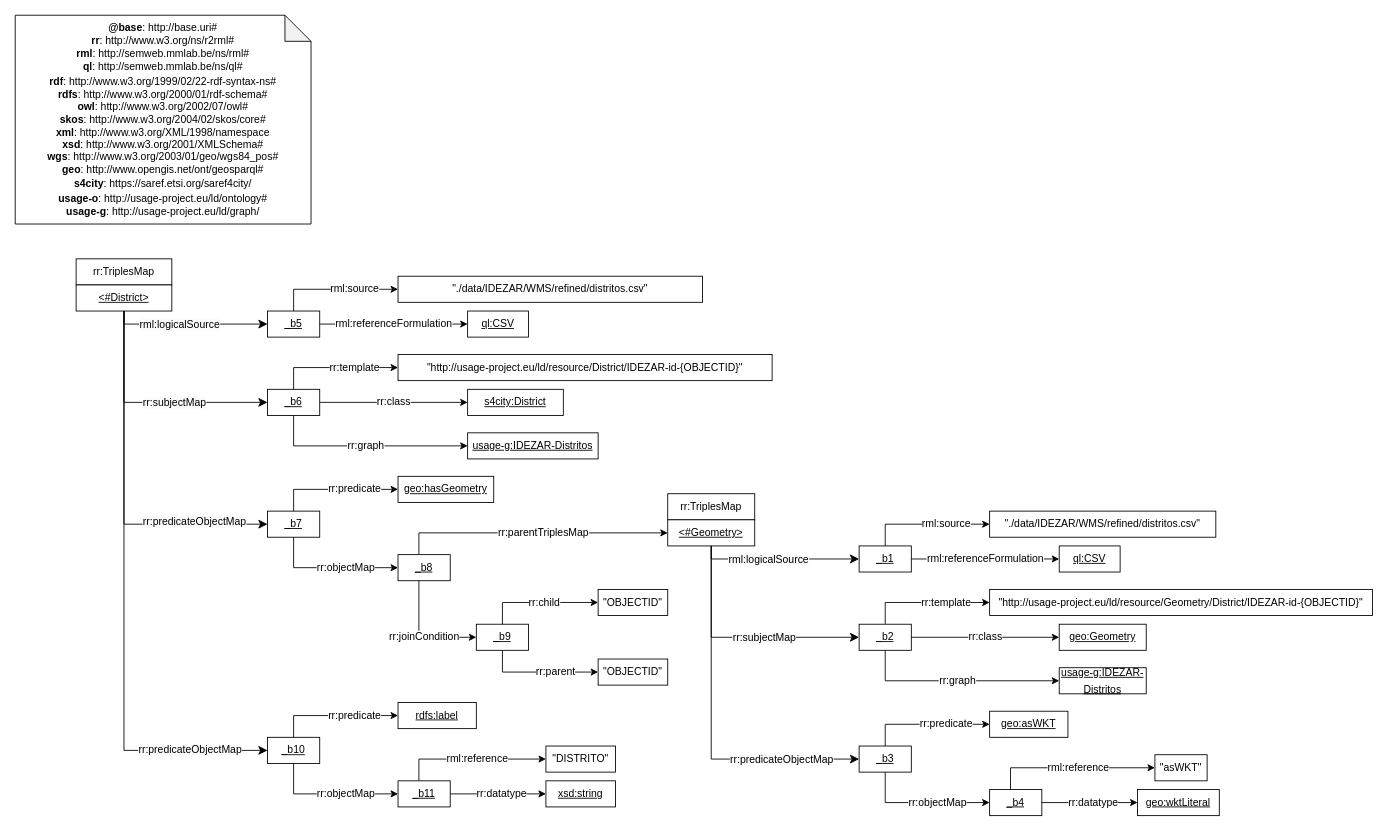
Earlier version of the draw.io diagram mapping/IDEZAR/Distritos/mapping.drawio (OnToologyUser/ZGZ_ghg_emissions_knowledge_graph). Source tidied: cells renumbered, new cells numbered last; positions are measured from the earlier drawing's top-left corner, leaving out a move shared by most shapes. Both pictures are drawn from the tidied source at 87%, with x=0, y=0 at pixel (15, 15).
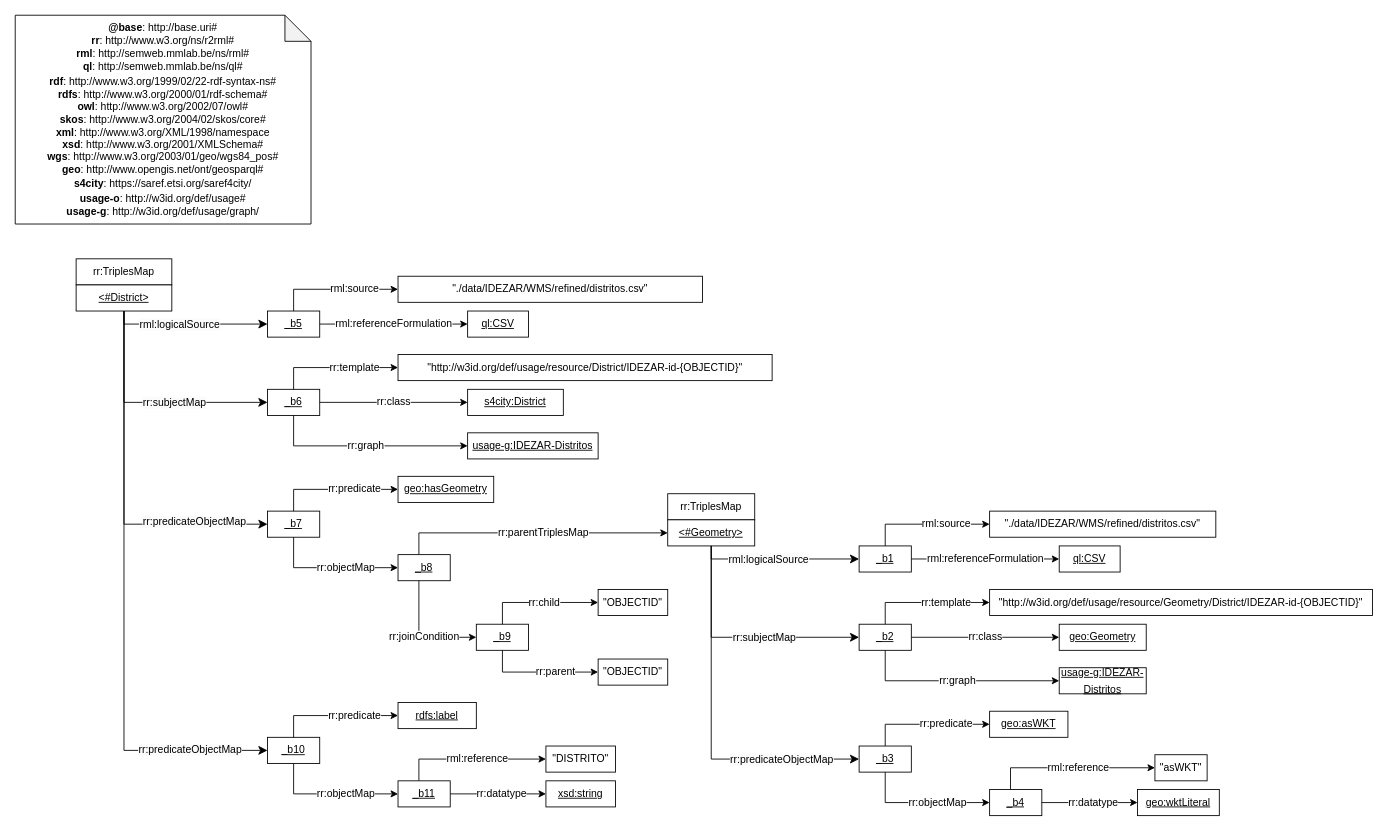
Above is the later version.

Diff of the diagram source:
```diff
@@
-    <mxCell id="2" value="&lt;div&gt;&lt;b&gt;@base&lt;/b&gt;: http://base.uri#&lt;/div&gt;&lt;div&gt;&lt;b style=&quot;background-color: initial;&quot;&gt;rr&lt;/b&gt;&lt;span style=&quot;background-color: initial;&quot;&gt;: http://www.w3.org/ns/r2rml#&lt;/span&gt;&lt;br&gt;&lt;/div&gt;&lt;div&gt;&lt;div style=&quot;border-color: var(--border-color);&quot;&gt;&lt;b&gt;rml&lt;/b&gt;: http://semweb.mmlab.be/ns/rml#&lt;/div&gt;&lt;div style=&quot;border-color: var(--border-color);&quot;&gt;&lt;div style=&quot;line-height: 19px;&quot;&gt;&lt;div style=&quot;&quot;&gt;&lt;b&gt;ql&lt;/b&gt;: http://semweb.mmlab.be/ns/ql#&lt;/div&gt;&lt;div style=&quot;&quot;&gt;&lt;/div&gt;&lt;/div&gt;&lt;/div&gt;&lt;div style=&quot;border-color: var(--border-color);&quot;&gt;&lt;b&gt;rdf&lt;/b&gt;: http://www.w3.org/1999/02/22-rdf-syntax-ns#&lt;/div&gt;&lt;div style=&quot;border-color: var(--border-color);&quot;&gt;&lt;b&gt;rdfs&lt;/b&gt;: http://www.w3.org/2000/01/rdf-schema#&lt;/div&gt;&lt;div style=&quot;border-color: var(--border-color);&quot;&gt;&lt;span style=&quot;background-color: initial;&quot;&gt;&lt;b&gt;owl&lt;/b&gt;: http://www.w3.org/2002/07/owl#&lt;/span&gt;&lt;br&gt;&lt;/div&gt;&lt;div style=&quot;border-color: var(--border-color);&quot;&gt;&lt;b&gt;skos&lt;/b&gt;: http://www.w3.org/2004/02/skos/core#&lt;/div&gt;&lt;div style=&quot;border-color: var(--border-color);&quot;&gt;&lt;b&gt;xml&lt;/b&gt;: http://www.w3.org/XML/1998/namespace&lt;/div&gt;&lt;div style=&quot;border-color: var(--border-color);&quot;&gt;&lt;b&gt;xsd&lt;/b&gt;: http://www.w3.org/2001/XMLSchema#&lt;/div&gt;&lt;div style=&quot;border-color: var(--border-color);&quot;&gt;&lt;span style=&quot;background-color: initial;&quot;&gt;&lt;b&gt;wgs&lt;/b&gt;: http://www.w3.org/2003/01/geo/wgs84_pos#&lt;/span&gt;&lt;br&gt;&lt;/div&gt;&lt;div style=&quot;border-color: var(--border-color);&quot;&gt;&lt;b style=&quot;background-color: initial;&quot;&gt;geo&lt;/b&gt;&lt;span style=&quot;background-color: initial;&quot;&gt;: http://www.opengis.net/ont/geosparql#&lt;/span&gt;&lt;br&gt;&lt;/div&gt;&lt;div style=&quot;border-color: var(--border-color);&quot;&gt;&lt;div style=&quot;line-height: 19px;&quot;&gt;&lt;b&gt;s4city&lt;/b&gt;: https://saref.etsi.org/saref4city/&lt;/div&gt;&lt;/div&gt;&lt;div style=&quot;border-color: var(--border-color);&quot;&gt;&lt;div style=&quot;border-color: var(--border-color);&quot;&gt;&lt;b style=&quot;border-color: var(--border-color);&quot;&gt;usage-o&lt;/b&gt;: http://usage-project.eu/ld/ontology#&lt;/div&gt;&lt;/div&gt;&lt;div style=&quot;border-color: var(--border-color);&quot;&gt;&lt;span style=&quot;background-color: initial;&quot;&gt;&lt;b&gt;usage-g&lt;/b&gt;: http://usage-project.eu/ld/graph/&lt;/span&gt;&lt;br&gt;&lt;/div&gt;&lt;/div&gt;" style="shape=note;whiteSpace=wrap;html=1;backgroundOutline=1;darkOpacity=0.05;" parent="1" vertex="1">
+    <mxCell id="2" value="&lt;div&gt;&lt;b&gt;@base&lt;/b&gt;: http://base.uri#&lt;/div&gt;&lt;div&gt;&lt;b style=&quot;background-color: initial;&quot;&gt;rr&lt;/b&gt;&lt;span style=&quot;background-color: initial;&quot;&gt;: http://www.w3.org/ns/r2rml#&lt;/span&gt;&lt;br&gt;&lt;/div&gt;&lt;div&gt;&lt;div style=&quot;border-color: var(--border-color);&quot;&gt;&lt;b&gt;rml&lt;/b&gt;: http://semweb.mmlab.be/ns/rml#&lt;/div&gt;&lt;div style=&quot;border-color: var(--border-color);&quot;&gt;&lt;div style=&quot;line-height: 19px;&quot;&gt;&lt;div style=&quot;&quot;&gt;&lt;b&gt;ql&lt;/b&gt;: http://semweb.mmlab.be/ns/ql#&lt;/div&gt;&lt;div style=&quot;&quot;&gt;&lt;/div&gt;&lt;/div&gt;&lt;/div&gt;&lt;div style=&quot;border-color: var(--border-color);&quot;&gt;&lt;b&gt;rdf&lt;/b&gt;: http://www.w3.org/1999/02/22-rdf-syntax-ns#&lt;/div&gt;&lt;div style=&quot;border-color: var(--border-color);&quot;&gt;&lt;b&gt;rdfs&lt;/b&gt;: http://www.w3.org/2000/01/rdf-schema#&lt;/div&gt;&lt;div style=&quot;border-color: var(--border-color);&quot;&gt;&lt;span style=&quot;background-color: initial;&quot;&gt;&lt;b&gt;owl&lt;/b&gt;: http://www.w3.org/2002/07/owl#&lt;/span&gt;&lt;br&gt;&lt;/div&gt;&lt;div style=&quot;border-color: var(--border-color);&quot;&gt;&lt;b&gt;skos&lt;/b&gt;: http://www.w3.org/2004/02/skos/core#&lt;/div&gt;&lt;div style=&quot;border-color: var(--border-color);&quot;&gt;&lt;b&gt;xml&lt;/b&gt;: http://www.w3.org/XML/1998/namespace&lt;/div&gt;&lt;div style=&quot;border-color: var(--border-color);&quot;&gt;&lt;b&gt;xsd&lt;/b&gt;: http://www.w3.org/2001/XMLSchema#&lt;/div&gt;&lt;div style=&quot;border-color: var(--border-color);&quot;&gt;&lt;span style=&quot;background-color: initial;&quot;&gt;&lt;b&gt;wgs&lt;/b&gt;: http://www.w3.org/2003/01/geo/wgs84_pos#&lt;/span&gt;&lt;br&gt;&lt;/div&gt;&lt;div style=&quot;border-color: var(--border-color);&quot;&gt;&lt;b style=&quot;background-color: initial;&quot;&gt;geo&lt;/b&gt;&lt;span style=&quot;background-color: initial;&quot;&gt;: http://www.opengis.net/ont/geosparql#&lt;/span&gt;&lt;br&gt;&lt;/div&gt;&lt;div style=&quot;border-color: var(--border-color);&quot;&gt;&lt;div style=&quot;line-height: 19px;&quot;&gt;&lt;b&gt;s4city&lt;/b&gt;: https://saref.etsi.org/saref4city/&lt;/div&gt;&lt;/div&gt;&lt;div style=&quot;border-color: var(--border-color);&quot;&gt;&lt;div style=&quot;border-color: var(--border-color);&quot;&gt;&lt;b style=&quot;border-color: var(--border-color);&quot;&gt;usage-o&lt;/b&gt;: http://w3id.org/def/usage#&lt;/div&gt;&lt;/div&gt;&lt;div style=&quot;border-color: var(--border-color);&quot;&gt;&lt;span style=&quot;background-color: initial;&quot;&gt;&lt;b&gt;usage-g&lt;/b&gt;: http://w3id.org/def/usage/graph/&lt;/span&gt;&lt;br&gt;&lt;/div&gt;&lt;/div&gt;" style="shape=note;whiteSpace=wrap;html=1;backgroundOutline=1;darkOpacity=0.05;" parent="1" vertex="1">
       <mxGeometry width="340" height="240" as="geometry" />
     </mxCell>
@@
-    <mxCell id="17" value="&quot;http://usage-project.eu/ld/resource/District/IDEZAR-id-{OBJECTID}&quot;" style="rounded=0;whiteSpace=wrap;html=1;snapToPoint=1;" parent="1" vertex="1">
+    <mxCell id="17" value="&quot;http://w3id.org/def/usage/resource/District/IDEZAR-id-{OBJECTID}&quot;" style="rounded=0;whiteSpace=wrap;html=1;snapToPoint=1;" parent="1" vertex="1">
       <mxGeometry x="440" y="390" width="430" height="30" as="geometry" />
     </mxCell>
@@
-    <mxCell id="45" value="&quot;http://usage-project.eu/ld/resource/Geometry/District/IDEZAR-id-{OBJECTID}&quot;" style="rounded=0;whiteSpace=wrap;html=1;snapToPoint=1;" parent="1" vertex="1">
+    <mxCell id="45" value="&quot;http://w3id.org/def/usage/resource/Geometry/District/IDEZAR-id-{OBJECTID}&quot;" style="rounded=0;whiteSpace=wrap;html=1;snapToPoint=1;" parent="1" vertex="1">
       <mxGeometry x="1120" y="660" width="440" height="30" as="geometry" />
     </mxCell>
```
